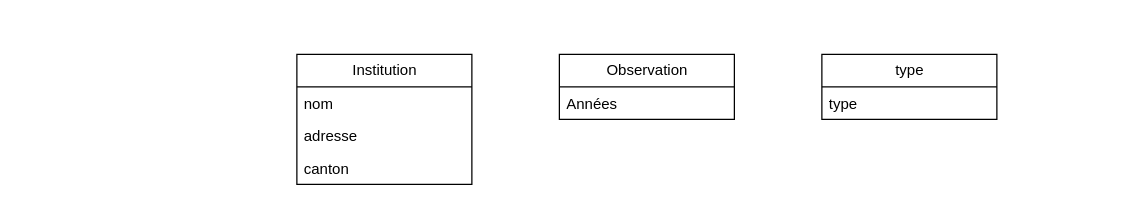
This is Data/modelisation/diagramme.drawio from Raphix93/Memoire_Master, a draw.io file, before an edit. Source tidied: cells renumbered, new cells numbered last; positions are measured from the earlier drawing's top-left corner, leaving out a move shared by most shapes. Both pictures are drawn from the tidied source at 125%, with x=0, y=0 at pixel (296, 54).
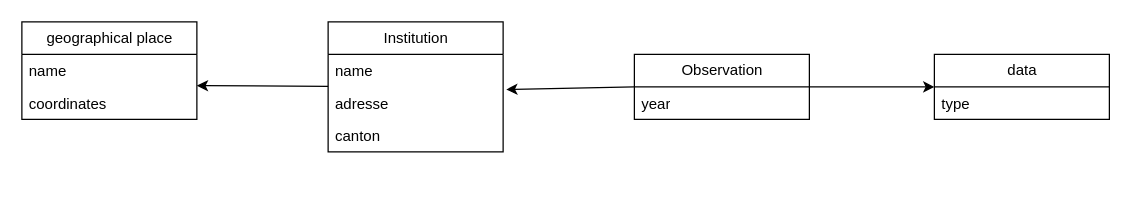
The same page after the edit.

Change to the diagram source:
```diff
@@
 <mxGraphModel>
   <root>
     <mxCell id="0" />
     <mxCell id="1" parent="0" />
     <mxCell id="2" value="Institution" style="swimlane;fontStyle=0;horizontal=1;startSize=26;fillColor=none;html=1;" parent="1" vertex="1">
-      <mxGeometry width="140" height="104" as="geometry" />
+      <mxGeometry x="25" y="-26" width="140" height="104" as="geometry" />
     </mxCell>
-    <mxCell id="3" value="nom" style="text;strokeColor=none;fillColor=none;align=left;verticalAlign=top;spacingLeft=4;spacingRight=4;overflow=hidden;whiteSpace=wrap;html=1;" parent="2" vertex="1">
+    <mxCell id="3" value="name" style="text;strokeColor=none;fillColor=none;align=left;verticalAlign=top;spacingLeft=4;spacingRight=4;overflow=hidden;whiteSpace=wrap;html=1;" parent="2" vertex="1">
       <mxGeometry y="26" width="140" height="26" as="geometry" />
     </mxCell>
     <mxCell id="4" value="adresse" style="text;strokeColor=none;fillColor=none;align=left;verticalAlign=top;spacingLeft=4;spacingRight=4;overflow=hidden;points=[[0,0.5],[1,0.5]];portConstraint=eastwest;whiteSpace=wrap;html=1;" parent="2" vertex="1">
       <mxGeometry y="52" width="140" height="26" as="geometry" />
     </mxCell>
     <mxCell id="5" value="canton" style="text;strokeColor=none;fillColor=none;align=left;verticalAlign=top;spacingLeft=4;spacingRight=4;overflow=hidden;whiteSpace=wrap;html=1;" parent="2" vertex="1">
       <mxGeometry y="78" width="140" height="26" as="geometry" />
     </mxCell>
+    <mxCell id="10" style="edgeStyle=none;html=1;exitX=1;exitY=0.5;exitDx=0;exitDy=0;entryX=0;entryY=0.5;entryDx=0;entryDy=0;" parent="1" edge="1" source="6" target="8">
+      <mxGeometry relative="1" as="geometry" />
+    </mxCell>
     <mxCell id="6" value="Observation" style="swimlane;fontStyle=0;horizontal=1;startSize=26;fillColor=none;html=1;" parent="1" vertex="1">
-      <mxGeometry x="210" width="140" height="52" as="geometry" />
+      <mxGeometry x="270" width="140" height="52" as="geometry" />
     </mxCell>
-    <mxCell id="7" value="Années" style="text;strokeColor=none;fillColor=none;align=left;verticalAlign=top;spacingLeft=4;spacingRight=4;overflow=hidden;whiteSpace=wrap;html=1;" parent="6" vertex="1">
+    <mxCell id="7" value="year" style="text;strokeColor=none;fillColor=none;align=left;verticalAlign=top;spacingLeft=4;spacingRight=4;overflow=hidden;whiteSpace=wrap;html=1;" parent="6" vertex="1">
       <mxGeometry y="26" width="140" height="26" as="geometry" />
     </mxCell>
-    <mxCell id="8" value="type" style="swimlane;fontStyle=0;horizontal=1;startSize=26;fillColor=none;html=1;" parent="1" vertex="1">
-      <mxGeometry x="420" width="140" height="52" as="geometry" />
+    <mxCell id="8" value="data" style="swimlane;fontStyle=0;horizontal=1;startSize=26;fillColor=none;html=1;" parent="1" vertex="1">
+      <mxGeometry x="510" width="140" height="52" as="geometry" />
     </mxCell>
     <mxCell id="9" value="type" style="text;strokeColor=none;fillColor=none;align=left;verticalAlign=top;spacingLeft=4;spacingRight=4;overflow=hidden;whiteSpace=wrap;html=1;" parent="8" vertex="1">
       <mxGeometry y="26" width="140" height="26" as="geometry" />
     </mxCell>
+    <mxCell id="11" style="edgeStyle=none;html=1;exitX=0;exitY=0.5;exitDx=0;exitDy=0;entryX=1.018;entryY=0.081;entryDx=0;entryDy=0;entryPerimeter=0;" parent="1" edge="1" source="6" target="4">
+      <mxGeometry relative="1" as="geometry" />
+    </mxCell>
+    <mxCell id="12" value="geographical place" style="swimlane;fontStyle=0;horizontal=1;startSize=26;fillColor=none;html=1;" parent="1" vertex="1">
+      <mxGeometry x="-220" y="-26" width="140" height="78" as="geometry" />
+    </mxCell>
+    <mxCell id="13" value="name" style="text;strokeColor=none;fillColor=none;align=left;verticalAlign=top;spacingLeft=4;spacingRight=4;overflow=hidden;whiteSpace=wrap;html=1;" parent="12" vertex="1">
+      <mxGeometry y="26" width="140" height="26" as="geometry" />
+    </mxCell>
+    <mxCell id="14" value="coordinates" style="text;strokeColor=none;fillColor=none;align=left;verticalAlign=top;spacingLeft=4;spacingRight=4;overflow=hidden;whiteSpace=wrap;html=1;" parent="12" vertex="1">
+      <mxGeometry y="52" width="140" height="26" as="geometry" />
+    </mxCell>
+    <mxCell id="15" style="edgeStyle=none;html=1;" parent="1" edge="1" source="2">
+      <mxGeometry relative="1" as="geometry">
+        <mxPoint x="-80" y="25" as="targetPoint" />
+      </mxGeometry>
+    </mxCell>
   </root>
 </mxGraphModel>
```
